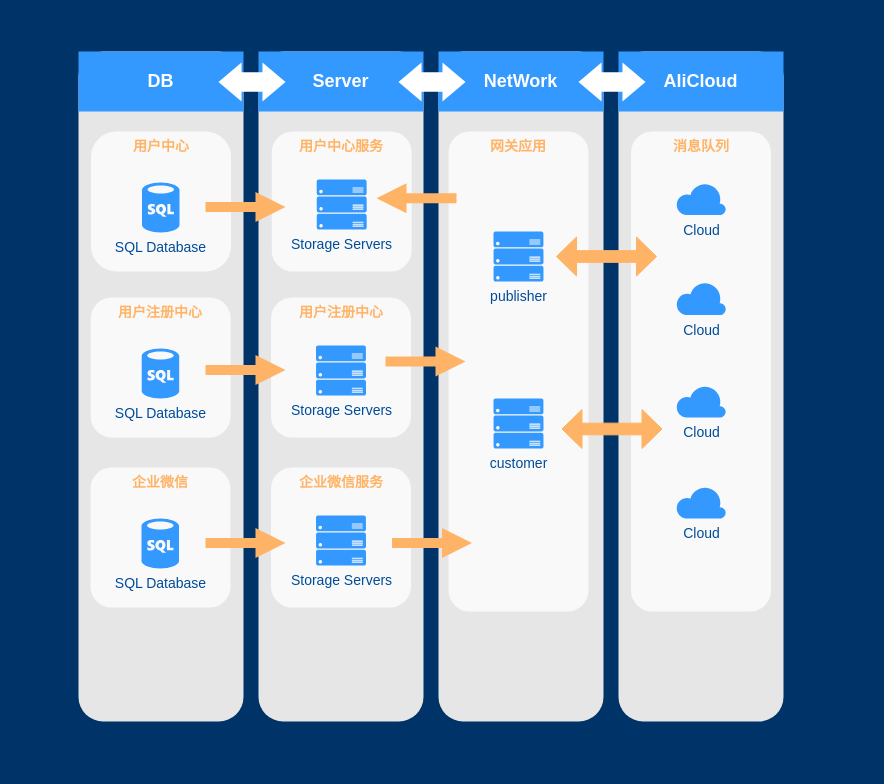
Earlier version of the draw.io diagram Untitled Diagram5.drawio (yigoC/test). Source tidied: cells renumbered, new cells numbered last; positions are measured from the earlier drawing's top-left corner, leaving out a move shared by most shapes. Both pictures are drawn from the tidied source at 100%, with x=0, y=0 at pixel (17, 17).
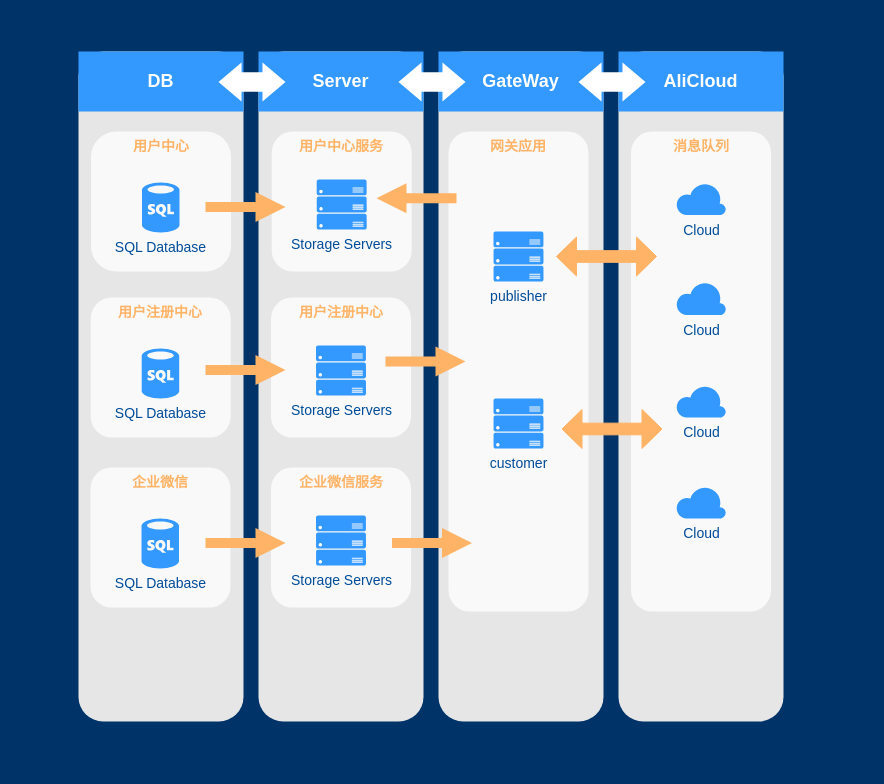
After the change.

The edit, as a diff of the source:
```diff
@@
-    <mxCell id="8" value="NetWork" style="whiteSpace=wrap;html=1;dashed=1;strokeColor=none;strokeWidth=2;fillColor=#3399FF;fontFamily=Helvetica;fontSize=18;fontColor=#FFFFFF;fontStyle=1;" parent="1" vertex="1">
+    <mxCell id="8" value="GateWay" style="whiteSpace=wrap;html=1;dashed=1;strokeColor=none;strokeWidth=2;fillColor=#3399FF;fontFamily=Helvetica;fontSize=18;fontColor=#FFFFFF;fontStyle=1;" parent="1" vertex="1">
       <mxGeometry x="421" y="34" width="165" height="60" as="geometry" />
     </mxCell>
```
